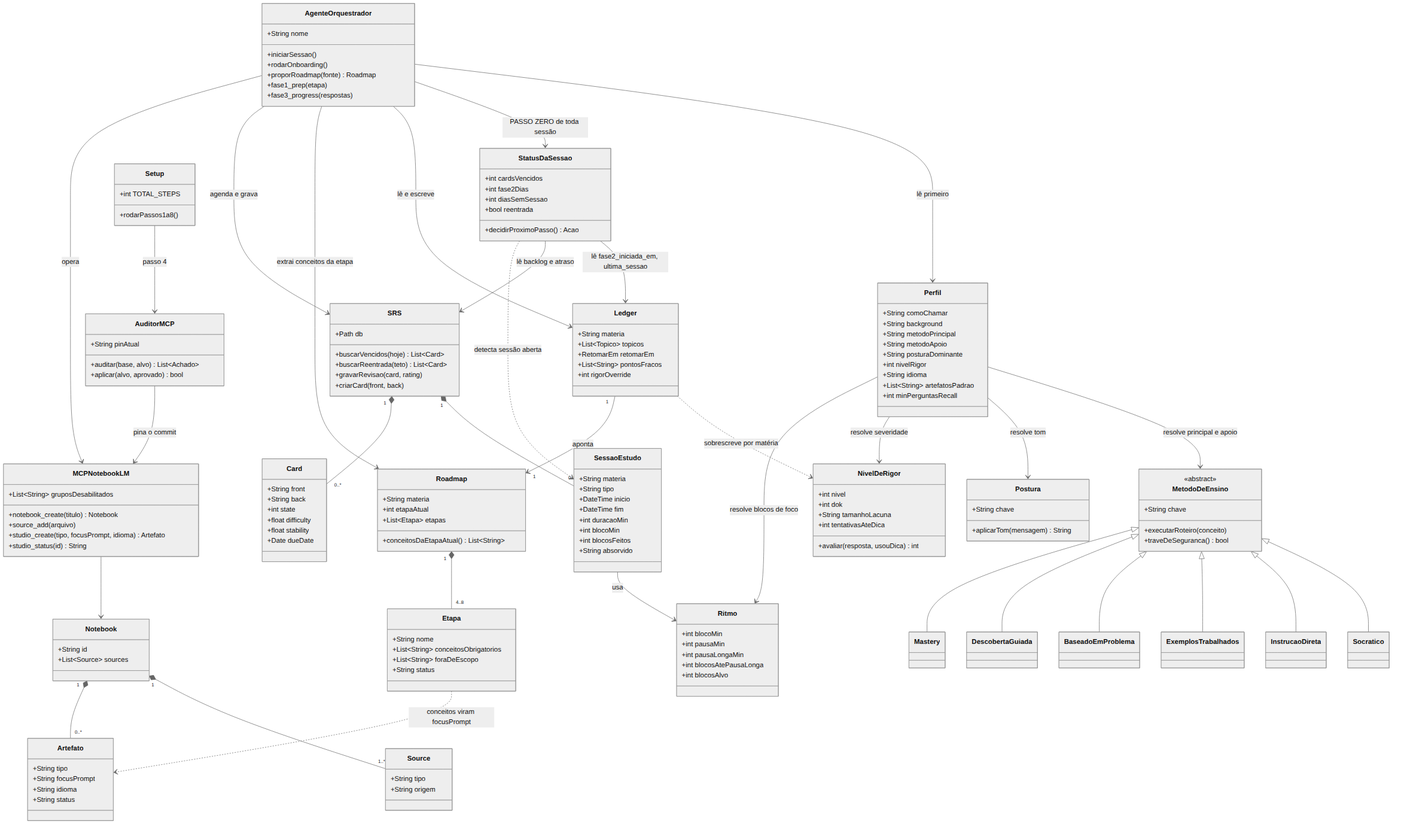
Above: docs/diagramas/01-classes.png in Oliveir4Matheus/aprendizagem-inteligente (Mermaid), before the change. Its source is kept beside it as docs/diagramas/01-classes.mmd. Source of this version:
```mermaid
classDiagram
    direction TB

    class AgenteOrquestrador {
        +String nome
        +iniciarSessao()
        +rodarOnboarding()
        +proporRoadmap(fonte) Roadmap
        +fase1_prep(etapa)
        +fase3_progress(respostas)
    }

    class Perfil {
        +String comoChamar
        +String background
        +String metodoPrincipal
        +String metodoApoio
        +String posturaDominante
        +int nivelRigor
        +String idioma
        +List~String~ artefatosPadrao
        +int minPerguntasRecall
    }

    class MetodoDeEnsino {
        <<abstract>>
        +String chave
        +executarRoteiro(conceito)
        +traveDeSeguranca() bool
    }
    class Socratico
    class InstrucaoDireta
    class ExemplosTrabalhados
    class BaseadoEmProblema
    class DescobertaGuiada
    class Mastery

    class NivelDeRigor {
        +int nivel
        +int dok
        +String tamanhoLacuna
        +int tentativasAteDica
        +avaliar(resposta, usouDica) int
    }

    class Postura {
        +String chave
        +aplicarTom(mensagem) String
    }

    class Roadmap {
        +String materia
        +int etapaAtual
        +List~Etapa~ etapas
        +conceitosDaEtapaAtual() List~String~
    }
    class Etapa {
        +String nome
        +List~String~ conceitosObrigatorios
        +List~String~ foraDeEscopo
        +String status
    }

    class Ledger {
        +String materia
        +List~Topico~ topicos
        +RetomarEm retomarEm
        +List~String~ pontosFracos
        +int rigorOverride
    }

    class SRS {
        +Path db
        +buscarVencidos(hoje) List~Card~
        +buscarReentrada(teto) List~Card~
        +gravarRevisao(card, rating)
        +criarCard(front, back)
    }

    class StatusDaSessao {
        +int cardsVencidos
        +int fase2Dias
        +int diasSemSessao
        +bool reentrada
        +decidirProximoPasso() Acao
    }

    class SessaoEstudo {
        +String materia
        +String tipo
        +DateTime inicio
        +DateTime fim
        +int duracaoMin
        +int blocoMin
        +int blocosFeitos
        +String absorvido
    }

    class Ritmo {
        +int blocoMin
        +int pausaMin
        +int pausaLongaMin
        +int blocosAtePausaLonga
        +int blocosAlvo
    }
    class Card {
        +String front
        +String back
        +int state
        +float difficulty
        +float stability
        +Date dueDate
    }

    class MCPNotebookLM {
        +List~String~ gruposDesabilitados
        +notebook_create(titulo) Notebook
        +source_add(arquivo)
        +studio_create(tipo, focusPrompt, idioma) Artefato
        +studio_status(id) String
    }
    class Notebook {
        +String id
        +List~Source~ sources
    }
    class Source {
        +String tipo
        +String origem
    }
    class Artefato {
        +String tipo
        +String focusPrompt
        +String idioma
        +String status
    }

    class Setup {
        +int TOTAL_STEPS
        +rodarPassos1a8()
    }
    class AuditorMCP {
        +String pinAtual
        +auditar(base, alvo) List~Achado~
        +aplicar(alvo, aprovado) bool
    }

    MetodoDeEnsino <|-- Socratico
    MetodoDeEnsino <|-- InstrucaoDireta
    MetodoDeEnsino <|-- ExemplosTrabalhados
    MetodoDeEnsino <|-- BaseadoEmProblema
    MetodoDeEnsino <|-- DescobertaGuiada
    MetodoDeEnsino <|-- Mastery

    AgenteOrquestrador --> Perfil : lê primeiro
    Perfil --> MetodoDeEnsino : resolve principal e apoio
    Perfil --> Postura : resolve tom
    Perfil --> NivelDeRigor : resolve severidade
    Ledger ..> NivelDeRigor : sobrescreve por matéria

    Perfil --> Ritmo : resolve blocos de foco
    AgenteOrquestrador --> StatusDaSessao : PASSO ZERO de toda sessão
    StatusDaSessao --> Ledger : lê fase2_iniciada_em, ultima_sessao
    StatusDaSessao --> SRS : lê backlog e atraso
    StatusDaSessao ..> SessaoEstudo : detecta sessão aberta
    SRS "1" *-- "0..*" SessaoEstudo
    SessaoEstudo --> Ritmo : usa

    AgenteOrquestrador --> Ledger : lê e escreve
    AgenteOrquestrador --> Roadmap : extrai conceitos da etapa
    AgenteOrquestrador --> SRS : agenda e grava
    AgenteOrquestrador --> MCPNotebookLM : opera

    Roadmap "1" *-- "4..8" Etapa
    Ledger "1" --> "1" Roadmap : aponta
    SRS "1" *-- "0..*" Card
    MCPNotebookLM --> Notebook
    Notebook "1" *-- "1..*" Source
    Notebook "1" *-- "0..*" Artefato
    Etapa ..> Artefato : conceitos viram focusPrompt

    Setup --> AuditorMCP : passo 4
    AuditorMCP --> MCPNotebookLM : pina o commit
```
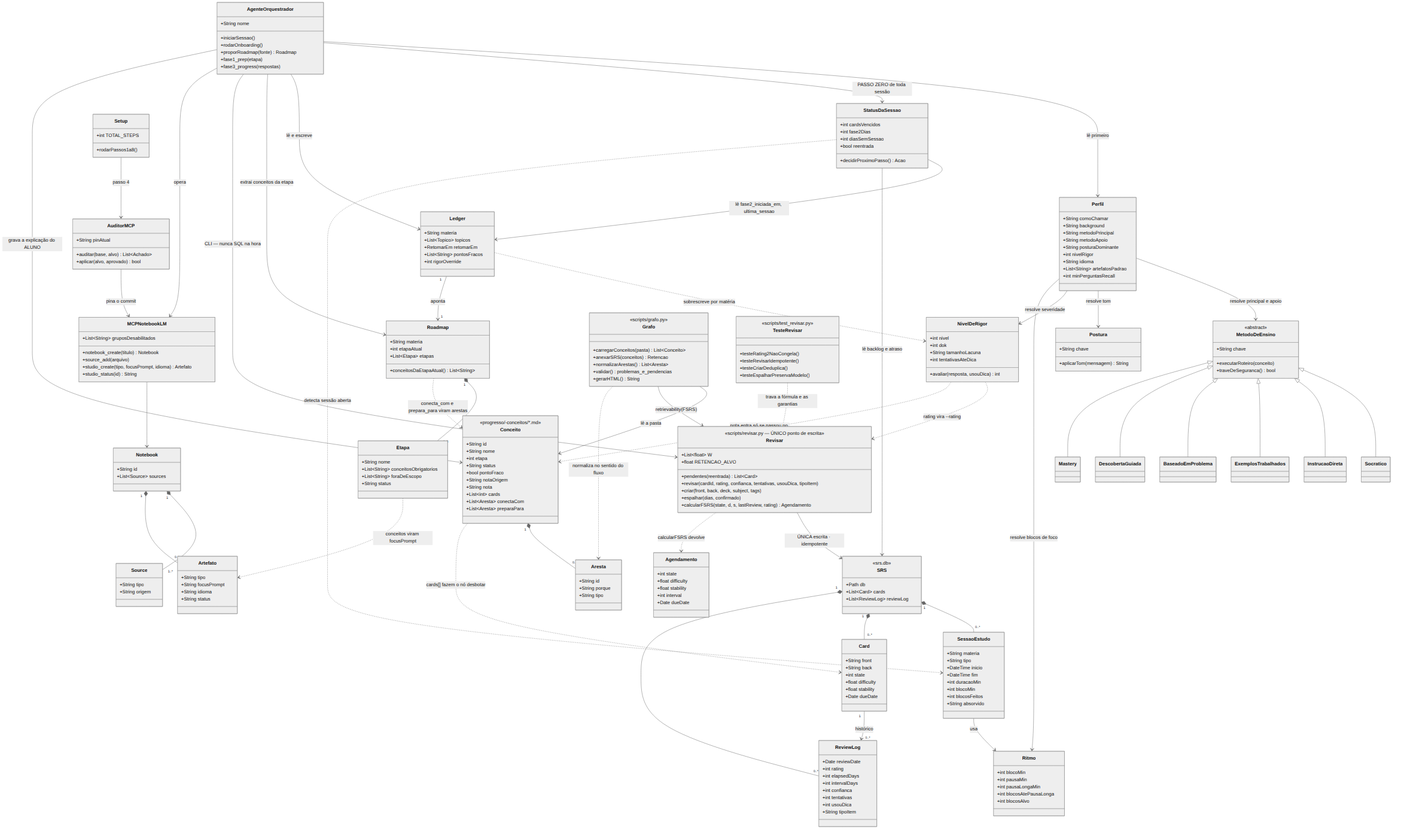
Above is the later version.

Change to the diagram source:
```diff
@@ -70,11 +70,40 @@
     }
 
     class SRS {
+        <<srs.db>>
         +Path db
-        +buscarVencidos(hoje) List~Card~
-        +buscarReentrada(teto) List~Card~
-        +gravarRevisao(card, rating)
-        +criarCard(front, back)
+        +List~Card~ cards
+        +List~ReviewLog~ reviewLog
+    }
+
+    class Revisar {
+        <<scripts/revisar.py — ÚNICO ponto de escrita>>
+        +List~float~ W
+        +float RETENCAO_ALVO
+        +pendentes(reentrada) List~Card~
+        +revisar(cardId, rating, confianca, tentativas, usouDica, tipoItem)
+        +criar(front, back, deck, subject, tags)
+        +espalhar(dias, confirmado)
+        +calcularFSRS(state, d, s, lastReview, rating) Agendamento
+    }
+
+    class Agendamento {
+        +int state
+        +float difficulty
+        +float stability
+        +int interval
+        +Date dueDate
+    }
+
+    class ReviewLog {
+        +Date reviewDate
+        +int rating
+        +int elapsedDays
+        +int intervalDays
+        +int confianca
+        +int tentativas
+        +int usouDica
+        +String tipoItem
     }
 
     class StatusDaSessao {
@@ -134,6 +163,43 @@
         +String status
     }
 
+    class Conceito {
+        <<progresso/<materia>-conceitos/*.md>>
+        +String id
+        +String nome
+        +int etapa
+        +String status
+        +bool pontoFraco
+        +String notaOrigem
+        +String nota
+        +List~int~ cards
+        +List~Aresta~ conectaCom
+        +List~Aresta~ preparaPara
+    }
+
+    class Aresta {
+        +String id
+        +String porque
+        +String tipo
+    }
+
+    class Grafo {
+        <<scripts/grafo.py>>
+        +carregarConceitos(pasta) List~Conceito~
+        +anexarSRS(conceitos) Retencao
+        +normalizarArestas() List~Aresta~
+        +validar() problemas_e_pendencias
+        +gerarHTML() String
+    }
+
+    class TesteRevisar {
+        <<scripts/test_revisar.py>>
+        +testeRating2NaoCongela()
+        +testeRevisarIdempotente()
+        +testeCriarDeduplica()
+        +testeEspalharPreservaModelo()
+    }
+
     class Setup {
         +int TOTAL_STEPS
         +rodarPassos1a8()
@@ -167,16 +233,31 @@
 
     AgenteOrquestrador --> Ledger : lê e escreve
     AgenteOrquestrador --> Roadmap : extrai conceitos da etapa
-    AgenteOrquestrador --> SRS : agenda e grava
+    AgenteOrquestrador --> Revisar : CLI — nunca SQL na hora
     AgenteOrquestrador --> MCPNotebookLM : opera
+    Revisar --> SRS : ÚNICA escrita · idempotente
+    Revisar ..> Agendamento : calcularFSRS devolve
+    NivelDeRigor ..> Revisar : rating vira --rating
+    TesteRevisar ..> Revisar : trava a fórmula e as garantias
 
     Roadmap "1" *-- "4..8" Etapa
     Ledger "1" --> "1" Roadmap : aponta
     SRS "1" *-- "0..*" Card
+    SRS "1" *-- "0..*" ReviewLog
+    Card "1" --> "0..*" ReviewLog : histórico
     MCPNotebookLM --> Notebook
     Notebook "1" *-- "1..*" Source
     Notebook "1" *-- "0..*" Artefato
     Etapa ..> Artefato : conceitos viram focusPrompt
 
+    Grafo --> Conceito : lê a pasta
+    Grafo --> Revisar : retrievability(FSRS)
+    Grafo ..> Aresta : normaliza no sentido do fluxo
+    Conceito "1" *-- "0..*" Aresta
+    Conceito ..> Card : cards[] fazem o nó desbotar
+    Roadmap ..> Conceito : conecta_com e prepara_para viram arestas
+    NivelDeRigor ..> Conceito : nota entra só se passou no portão
+    AgenteOrquestrador --> Conceito : grava a explicação do ALUNO
+
     Setup --> AuditorMCP : passo 4
     AuditorMCP --> MCPNotebookLM : pina o commit
```
